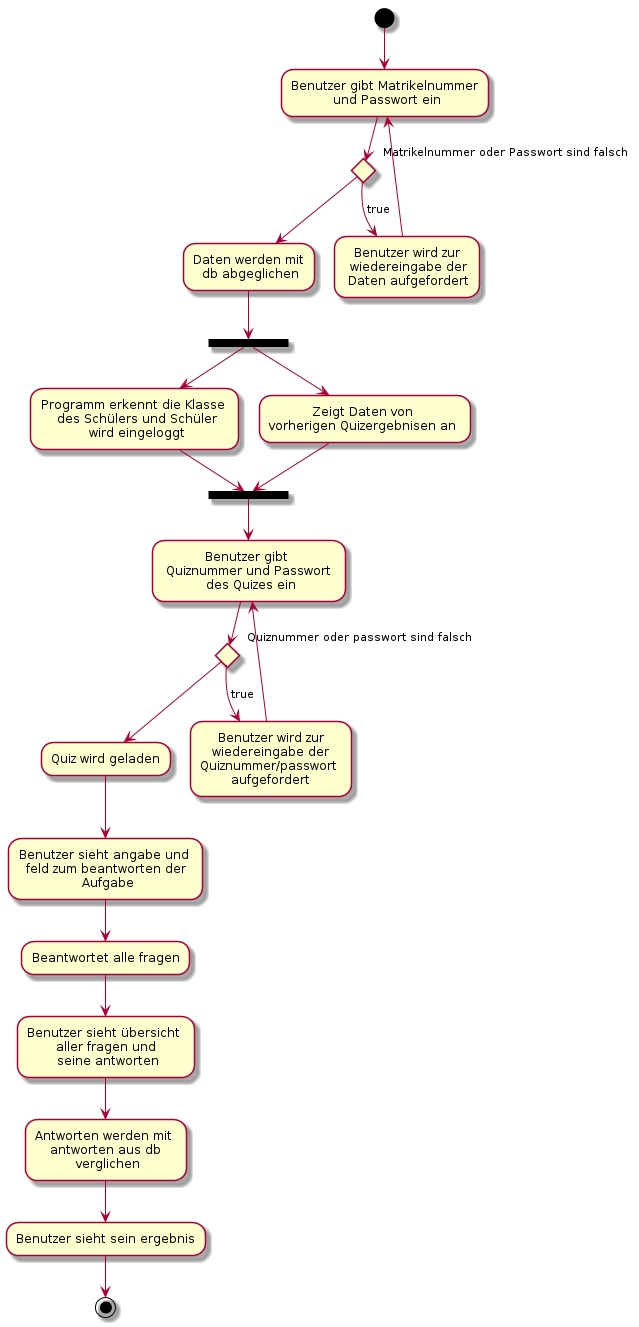
This is docs/images/student.png from 1920-3ahitm-itp/02-project-repositories-xam, a PlantUML export, as it was before one commit.
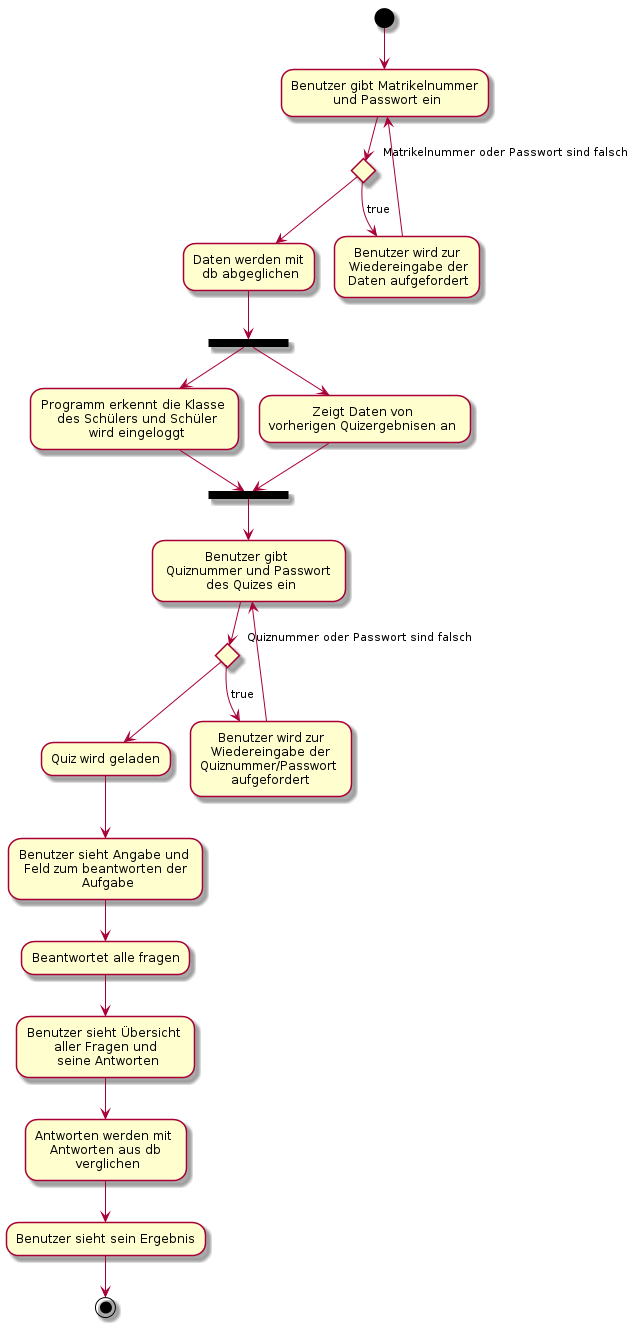
After the change.

Change to the diagram source:
```diff
@@ -1,7 +1,7 @@
 @startuml
 (*) --> "Benutzer gibt Matrikelnummer\n und Passwort ein"
 if "Matrikelnummer oder Passwort sind falsch" then
--->[true] "Benutzer wird zur\n wiedereingabe der\n Daten aufgefordert"
+-->[true] "Benutzer wird zur\n Wiedereingabe der\n Daten aufgefordert"
 --> "Benutzer gibt Matrikelnummer\n und Passwort ein"
 
 else
@@ -16,18 +16,18 @@
 --> "Benutzer gibt \n Quiznummer und Passwort \n des Quizes ein"
 endif
 
-if "Quiznummer oder passwort sind falsch" then
--->[true] "Benutzer wird zur\n wiedereingabe der \nQuiznummer/passwort \naufgefordert"
+if "Quiznummer oder Passwort sind falsch" then
+-->[true] "Benutzer wird zur\n Wiedereingabe der \nQuiznummer/Passwort \naufgefordert"
 --> "Benutzer gibt \n Quiznummer und Passwort \n des Quizes ein"
 
 else
 --> "Quiz wird geladen"
---> "Benutzer sieht angabe und \n feld zum beantworten der \n Aufgabe"
+--> "Benutzer sieht Angabe und \n Feld zum beantworten der \n Aufgabe"
 --> "Beantwortet alle fragen"
---> "Benutzer sieht übersicht \n aller fragen und \n seine antworten"
+--> "Benutzer sieht Übersicht \n aller Fragen und \n seine Antworten"
 endif
 
--->"Antworten werden mit \n antworten aus db \n verglichen"
--->"Benutzer sieht sein ergebnis"
+-->"Antworten werden mit \n Antworten aus db \n verglichen"
+-->"Benutzer sieht sein Ergebnis"
 --> (*)
 @enduml
```
